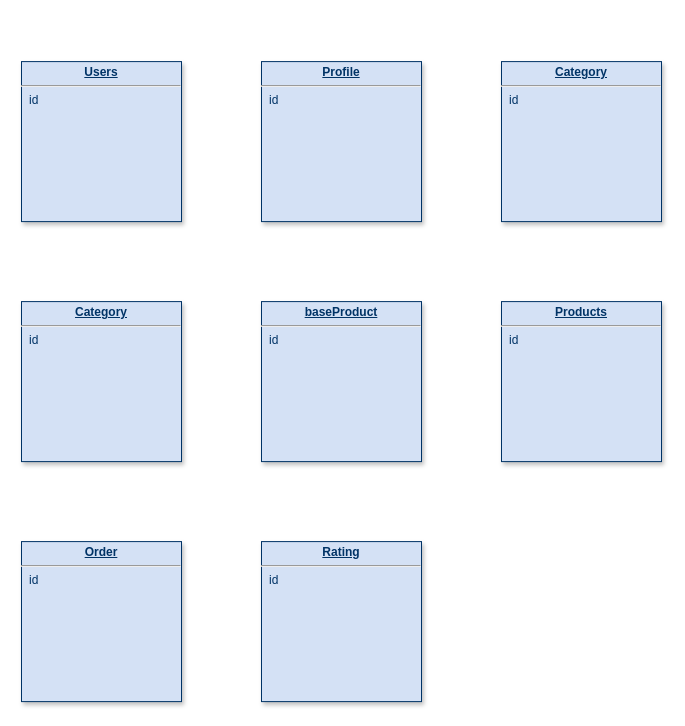
Earlier version of the draw.io diagram assets/hiware_erm.drawio (wikwiki777/HI-Ware). Source tidied: cells renumbered, new cells numbered last; positions are measured from the earlier drawing's top-left corner, leaving out a move shared by most shapes. Both pictures are drawn from the tidied source at 100%, with x=0, y=0 at pixel (21, 61).
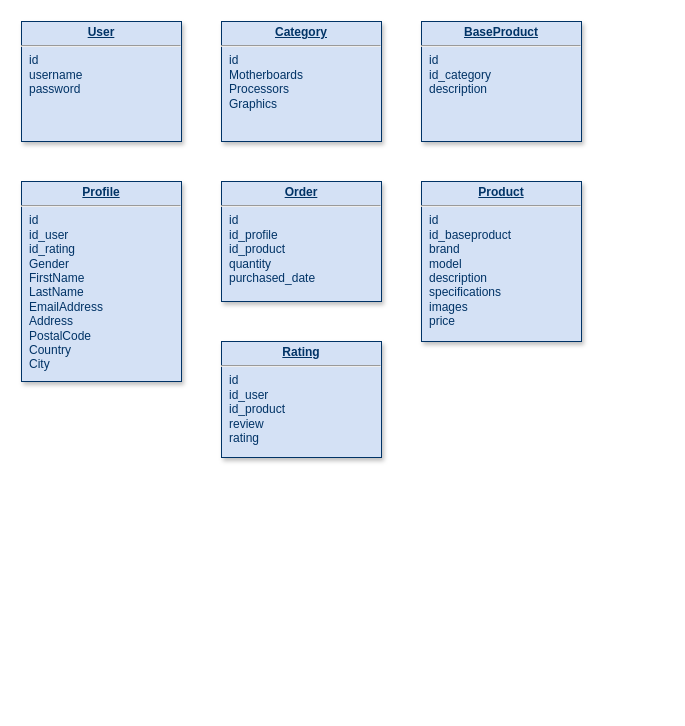
After the change.

Change to the diagram source:
```diff
@@
 <mxGraphModel background="#ffffff">
   <root>
     <mxCell id="0" />
     <mxCell id="1" parent="0" />
-    <mxCell id="2" value="&lt;p style=&quot;margin: 0px ; margin-top: 4px ; text-align: center ; text-decoration: underline&quot;&gt;&lt;strong&gt;Users&lt;/strong&gt;&lt;/p&gt;&lt;hr&gt;&lt;p style=&quot;margin: 0px ; margin-left: 8px&quot;&gt;id&lt;/p&gt;" style="verticalAlign=top;align=left;overflow=fill;fontSize=12;fontFamily=Helvetica;html=1;strokeColor=#003366;shadow=1;fillColor=#D4E1F5;fontColor=#003366;" parent="1" vertex="1">
-      <mxGeometry y="0.1" width="160" height="160" as="geometry" />
+    <mxCell id="2" value="&lt;p style=&quot;margin: 0px ; margin-top: 4px ; text-align: center ; text-decoration: underline&quot;&gt;&lt;strong&gt;User&lt;/strong&gt;&lt;/p&gt;&lt;hr&gt;&lt;p style=&quot;margin: 0px ; margin-left: 8px&quot;&gt;id&lt;/p&gt;&lt;p style=&quot;margin: 0px ; margin-left: 8px&quot;&gt;username&lt;/p&gt;&lt;p style=&quot;margin: 0px ; margin-left: 8px&quot;&gt;password&lt;/p&gt;&lt;p style=&quot;margin: 0px ; margin-left: 8px&quot;&gt;&lt;br&gt;&lt;/p&gt;" style="verticalAlign=top;align=left;overflow=fill;fontSize=12;fontFamily=Helvetica;html=1;strokeColor=#003366;shadow=1;fillColor=#D4E1F5;fontColor=#003366;" parent="1" vertex="1">
+      <mxGeometry y="-40" width="160" height="120" as="geometry" />
     </mxCell>
-    <mxCell id="3" value="&lt;p style=&quot;margin: 0px ; margin-top: 4px ; text-align: center ; text-decoration: underline&quot;&gt;&lt;b&gt;Profile&lt;/b&gt;&lt;/p&gt;&lt;hr&gt;&lt;p style=&quot;margin: 0px ; margin-left: 8px&quot;&gt;id&lt;/p&gt;" style="verticalAlign=top;align=left;overflow=fill;fontSize=12;fontFamily=Helvetica;html=1;strokeColor=#003366;shadow=1;fillColor=#D4E1F5;fontColor=#003366;" parent="1" vertex="1">
-      <mxGeometry x="240" y="0.1" width="160" height="160" as="geometry" />
+    <mxCell id="3" value="&lt;p style=&quot;margin: 0px ; margin-top: 4px ; text-align: center ; text-decoration: underline&quot;&gt;&lt;b&gt;Profile&lt;/b&gt;&lt;/p&gt;&lt;hr&gt;&lt;p style=&quot;margin: 0px ; margin-left: 8px&quot;&gt;id&lt;/p&gt;&lt;p style=&quot;margin: 0px ; margin-left: 8px&quot;&gt;id_user&lt;/p&gt;&lt;p style=&quot;margin: 0px ; margin-left: 8px&quot;&gt;id_rating&lt;/p&gt;&lt;p style=&quot;margin: 0px ; margin-left: 8px&quot;&gt;Gender&lt;/p&gt;&lt;p style=&quot;margin: 0px ; margin-left: 8px&quot;&gt;FirstName&lt;/p&gt;&lt;p style=&quot;margin: 0px ; margin-left: 8px&quot;&gt;LastName&lt;/p&gt;&lt;p style=&quot;margin: 0px ; margin-left: 8px&quot;&gt;EmailAddress&lt;/p&gt;&lt;p style=&quot;margin: 0px ; margin-left: 8px&quot;&gt;Address&lt;/p&gt;&lt;p style=&quot;margin: 0px ; margin-left: 8px&quot;&gt;PostalCode&lt;/p&gt;&lt;p style=&quot;margin: 0px ; margin-left: 8px&quot;&gt;Country&lt;/p&gt;&lt;p style=&quot;margin: 0px ; margin-left: 8px&quot;&gt;City&lt;/p&gt;&lt;p style=&quot;margin: 0px ; margin-left: 8px&quot;&gt;&lt;br&gt;&lt;/p&gt;" style="verticalAlign=top;align=left;overflow=fill;fontSize=12;fontFamily=Helvetica;html=1;strokeColor=#003366;shadow=1;fillColor=#D4E1F5;fontColor=#003366;" parent="1" vertex="1">
+      <mxGeometry y="120" width="160" height="200" as="geometry" />
     </mxCell>
-    <mxCell id="4" value="&lt;p style=&quot;margin: 0px ; margin-top: 4px ; text-align: center ; text-decoration: underline&quot;&gt;&lt;b&gt;Category&lt;/b&gt;&lt;/p&gt;&lt;hr&gt;&lt;p style=&quot;margin: 0px ; margin-left: 8px&quot;&gt;id&lt;/p&gt;" style="verticalAlign=top;align=left;overflow=fill;fontSize=12;fontFamily=Helvetica;html=1;strokeColor=#003366;shadow=1;fillColor=#D4E1F5;fontColor=#003366;" parent="1" vertex="1">
-      <mxGeometry x="480" y="0.1" width="160" height="160" as="geometry" />
+    <mxCell id="4" value="&lt;p style=&quot;margin: 0px ; margin-top: 4px ; text-align: center ; text-decoration: underline&quot;&gt;&lt;b&gt;Category&lt;/b&gt;&lt;/p&gt;&lt;hr&gt;&lt;p style=&quot;margin: 0px ; margin-left: 8px&quot;&gt;id&lt;/p&gt;&lt;p style=&quot;margin: 0px ; margin-left: 8px&quot;&gt;Motherboards&lt;/p&gt;&lt;p style=&quot;margin: 0px ; margin-left: 8px&quot;&gt;Processors&lt;/p&gt;&lt;p style=&quot;margin: 0px ; margin-left: 8px&quot;&gt;Graphics&lt;/p&gt;" style="verticalAlign=top;align=left;overflow=fill;fontSize=12;fontFamily=Helvetica;html=1;strokeColor=#003366;shadow=1;fillColor=#D4E1F5;fontColor=#003366;" parent="1" vertex="1">
+      <mxGeometry x="200" y="-40" width="160" height="120" as="geometry" />
     </mxCell>
-    <mxCell id="5" value="&lt;p style=&quot;margin: 0px ; margin-top: 4px ; text-align: center ; text-decoration: underline&quot;&gt;&lt;b&gt;Category&lt;/b&gt;&lt;/p&gt;&lt;hr&gt;&lt;p style=&quot;margin: 0px ; margin-left: 8px&quot;&gt;id&lt;/p&gt;" style="verticalAlign=top;align=left;overflow=fill;fontSize=12;fontFamily=Helvetica;html=1;strokeColor=#003366;shadow=1;fillColor=#D4E1F5;fontColor=#003366;" parent="1" vertex="1">
-      <mxGeometry y="240.1" width="160" height="160" as="geometry" />
-    </mxCell>
-    <mxCell id="6" value="&lt;p style=&quot;margin: 0px ; margin-top: 4px ; text-align: center ; text-decoration: underline&quot;&gt;&lt;b&gt;Products&lt;/b&gt;&lt;/p&gt;&lt;hr&gt;&lt;p style=&quot;margin: 0px ; margin-left: 8px&quot;&gt;id&lt;/p&gt;" style="verticalAlign=top;align=left;overflow=fill;fontSize=12;fontFamily=Helvetica;html=1;strokeColor=#003366;shadow=1;fillColor=#D4E1F5;fontColor=#003366;" parent="1" vertex="1">
-      <mxGeometry x="480" y="240.1" width="160" height="160" as="geometry" />
+    <mxCell id="6" value="&lt;p style=&quot;margin: 0px ; margin-top: 4px ; text-align: center ; text-decoration: underline&quot;&gt;&lt;b&gt;Product&lt;/b&gt;&lt;/p&gt;&lt;hr&gt;&lt;p style=&quot;margin: 0px ; margin-left: 8px&quot;&gt;id&lt;/p&gt;&lt;p style=&quot;margin: 0px ; margin-left: 8px&quot;&gt;id_baseproduct&lt;/p&gt;&lt;p style=&quot;margin: 0px ; margin-left: 8px&quot;&gt;brand&lt;/p&gt;&lt;p style=&quot;margin: 0px ; margin-left: 8px&quot;&gt;model&lt;/p&gt;&lt;p style=&quot;margin: 0px ; margin-left: 8px&quot;&gt;description&lt;/p&gt;&lt;p style=&quot;margin: 0px ; margin-left: 8px&quot;&gt;specifications&lt;/p&gt;&lt;p style=&quot;margin: 0px ; margin-left: 8px&quot;&gt;images&lt;/p&gt;&lt;p style=&quot;margin: 0px ; margin-left: 8px&quot;&gt;price&lt;/p&gt;" style="verticalAlign=top;align=left;overflow=fill;fontSize=12;fontFamily=Helvetica;html=1;strokeColor=#003366;shadow=1;fillColor=#D4E1F5;fontColor=#003366;" parent="1" vertex="1">
+      <mxGeometry x="400" y="120" width="160" height="160" as="geometry" />
     </mxCell>
-    <mxCell id="7" value="&lt;p style=&quot;margin: 0px ; margin-top: 4px ; text-align: center ; text-decoration: underline&quot;&gt;&lt;b&gt;baseProduct&lt;/b&gt;&lt;/p&gt;&lt;hr&gt;&lt;p style=&quot;margin: 0px ; margin-left: 8px&quot;&gt;id&lt;/p&gt;" style="verticalAlign=top;align=left;overflow=fill;fontSize=12;fontFamily=Helvetica;html=1;strokeColor=#003366;shadow=1;fillColor=#D4E1F5;fontColor=#003366;" parent="1" vertex="1">
-      <mxGeometry x="240" y="240.1" width="160" height="160" as="geometry" />
+    <mxCell id="7" value="&lt;p style=&quot;margin: 0px ; margin-top: 4px ; text-align: center ; text-decoration: underline&quot;&gt;&lt;b&gt;BaseProduct&lt;/b&gt;&lt;/p&gt;&lt;hr&gt;&lt;p style=&quot;margin: 0px ; margin-left: 8px&quot;&gt;id&lt;/p&gt;&lt;p style=&quot;margin: 0px ; margin-left: 8px&quot;&gt;id_category&lt;/p&gt;&lt;p style=&quot;margin: 0px ; margin-left: 8px&quot;&gt;description&lt;/p&gt;&lt;p style=&quot;margin: 0px ; margin-left: 8px&quot;&gt;&lt;br&gt;&lt;/p&gt;" style="verticalAlign=top;align=left;overflow=fill;fontSize=12;fontFamily=Helvetica;html=1;strokeColor=#003366;shadow=1;fillColor=#D4E1F5;fontColor=#003366;" parent="1" vertex="1">
+      <mxGeometry x="400" y="-40" width="160" height="120" as="geometry" />
     </mxCell>
-    <mxCell id="8" value="&lt;p style=&quot;margin: 0px ; margin-top: 4px ; text-align: center ; text-decoration: underline&quot;&gt;&lt;b&gt;Order&lt;/b&gt;&lt;/p&gt;&lt;hr&gt;&lt;p style=&quot;margin: 0px ; margin-left: 8px&quot;&gt;id&lt;/p&gt;" style="verticalAlign=top;align=left;overflow=fill;fontSize=12;fontFamily=Helvetica;html=1;strokeColor=#003366;shadow=1;fillColor=#D4E1F5;fontColor=#003366;" parent="1" vertex="1">
-      <mxGeometry y="480.1" width="160" height="160" as="geometry" />
+    <mxCell id="8" value="&lt;p style=&quot;margin: 0px ; margin-top: 4px ; text-align: center ; text-decoration: underline&quot;&gt;&lt;b&gt;Order&lt;/b&gt;&lt;/p&gt;&lt;hr&gt;&lt;p style=&quot;margin: 0px ; margin-left: 8px&quot;&gt;id&lt;/p&gt;&lt;p style=&quot;margin: 0px ; margin-left: 8px&quot;&gt;id_profile&lt;/p&gt;&lt;p style=&quot;margin: 0px ; margin-left: 8px&quot;&gt;id_product&lt;/p&gt;&lt;p style=&quot;margin: 0px ; margin-left: 8px&quot;&gt;quantity&lt;/p&gt;&lt;p style=&quot;margin: 0px ; margin-left: 8px&quot;&gt;purchased_date&lt;/p&gt;" style="verticalAlign=top;align=left;overflow=fill;fontSize=12;fontFamily=Helvetica;html=1;strokeColor=#003366;shadow=1;fillColor=#D4E1F5;fontColor=#003366;" parent="1" vertex="1">
+      <mxGeometry x="200" y="120" width="160" height="120" as="geometry" />
     </mxCell>
-    <mxCell id="9" value="&lt;p style=&quot;margin: 0px ; margin-top: 4px ; text-align: center ; text-decoration: underline&quot;&gt;&lt;b&gt;Rating&lt;/b&gt;&lt;/p&gt;&lt;hr&gt;&lt;p style=&quot;margin: 0px ; margin-left: 8px&quot;&gt;id&lt;/p&gt;" style="verticalAlign=top;align=left;overflow=fill;fontSize=12;fontFamily=Helvetica;html=1;strokeColor=#003366;shadow=1;fillColor=#D4E1F5;fontColor=#003366;" parent="1" vertex="1">
-      <mxGeometry x="240" y="480.1" width="160" height="160" as="geometry" />
+    <mxCell id="9" value="&lt;p style=&quot;margin: 0px ; margin-top: 4px ; text-align: center ; text-decoration: underline&quot;&gt;&lt;b&gt;Rating&lt;/b&gt;&lt;/p&gt;&lt;hr&gt;&lt;p style=&quot;margin: 0px ; margin-left: 8px&quot;&gt;id&lt;/p&gt;&lt;p style=&quot;margin: 0px ; margin-left: 8px&quot;&gt;id_user&lt;/p&gt;&lt;p style=&quot;margin: 0px ; margin-left: 8px&quot;&gt;id_product&lt;/p&gt;&lt;p style=&quot;margin: 0px ; margin-left: 8px&quot;&gt;review&lt;/p&gt;&lt;p style=&quot;margin: 0px ; margin-left: 8px&quot;&gt;rating&lt;/p&gt;&lt;p style=&quot;margin: 0px ; margin-left: 8px&quot;&gt;&lt;br&gt;&lt;/p&gt;" style="verticalAlign=top;align=left;overflow=fill;fontSize=12;fontFamily=Helvetica;html=1;strokeColor=#003366;shadow=1;fillColor=#D4E1F5;fontColor=#003366;" parent="1" vertex="1">
+      <mxGeometry x="200" y="280" width="160" height="116" as="geometry" />
     </mxCell>
   </root>
 </mxGraphModel>
```
